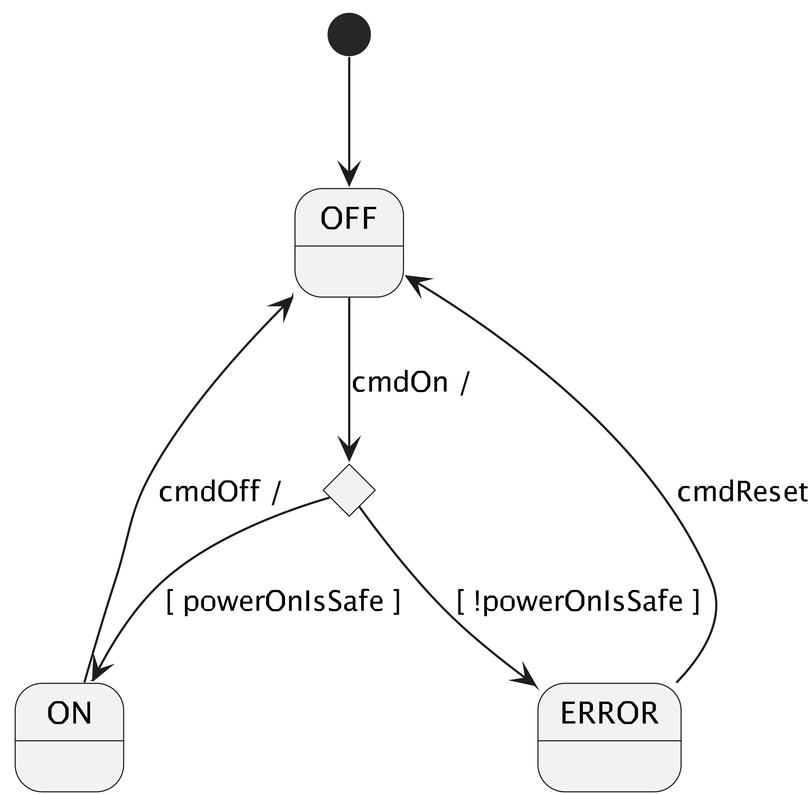
Above: docs/users-guide/diagrams/state-machine/Choices.png in nasa/fpp (PlantUML), before the change. Its source is kept beside it as docs/users-guide/diagrams/state-machine/Choices.puml. Its diagram source:
```plantuml
@startuml

[*] --> OFF

state OFF
state ON
state ON_OR_ERROR <<choice>>
state ERROR

OFF --> ON_OR_ERROR : cmdOn /
ON_OR_ERROR --> ON : [ powerOnIsSafe ]
ON_OR_ERROR --> ERROR : [ !powerOnIsSafe ]
ON --> OFF : cmdOff /
ERROR --> OFF : cmdReset

@enduml
```
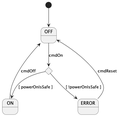
Later version of the same file.

Change to the diagram source:
```diff
@@ -7,10 +7,10 @@
 state ON_OR_ERROR <<choice>>
 state ERROR
 
-OFF --> ON_OR_ERROR : cmdOn /
+OFF --> ON_OR_ERROR : cmdOn
 ON_OR_ERROR --> ON : [ powerOnIsSafe ]
 ON_OR_ERROR --> ERROR : [ !powerOnIsSafe ]
-ON --> OFF : cmdOff /
+ON --> OFF : cmdOff
 ERROR --> OFF : cmdReset
 
 @enduml
```
